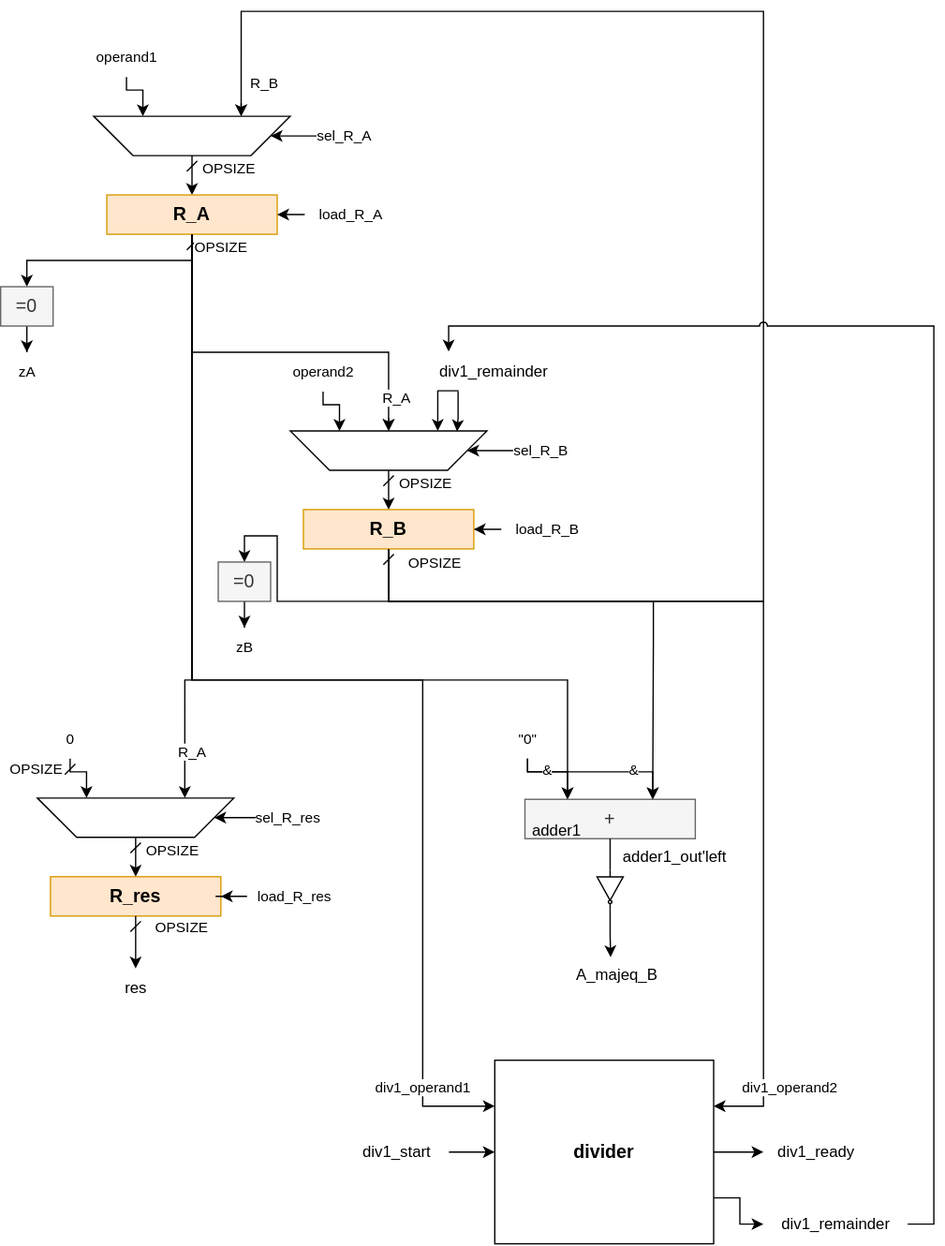
This is doc/images/ASM-mcd_dp.drawio.svg from DavidTrevisan/calcolatori_elettronici_2025, a draw.io export, as it was before one commit. Source tidied: cells renumbered, new cells last; positions are measured from the earlier drawing's top-left corner, leaving out a move shared by most shapes.
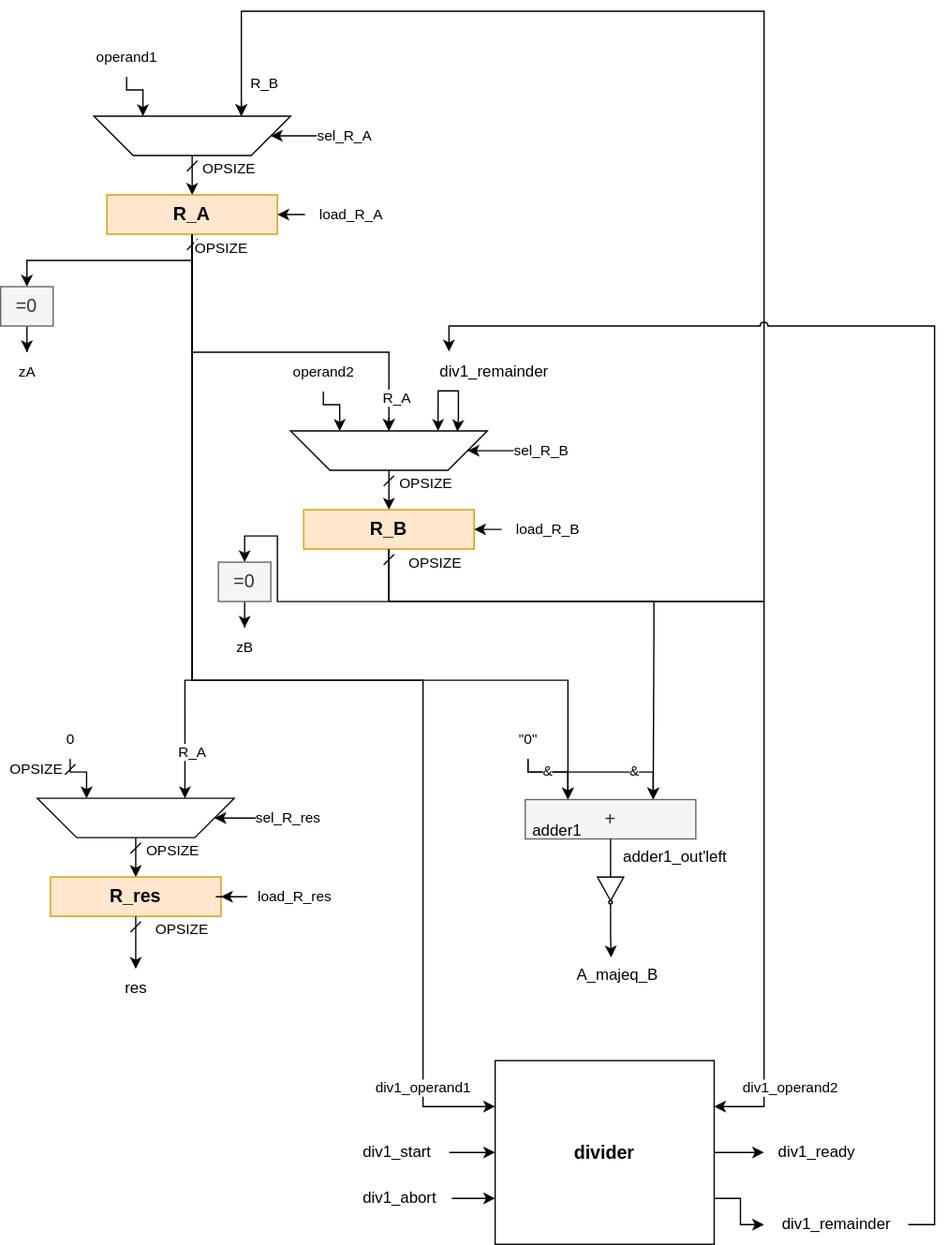
Later version of the same file.

The edit, as a diff of the source:
```diff
@@ -359,5 +359,11 @@
         </Array>
       </mxGeometry>
     </mxCell>
+    <mxCell id="84" style="edgeStyle=orthogonalEdgeStyle;rounded=0;jettySize=auto;html=1;entryX=0;entryY=0.75;entryDx=0;entryDy=0;" parent="1" edge="1" source="85" target="78">
+      <mxGeometry relative="1" as="geometry" />
+    </mxCell>
+    <mxCell id="85" value="div1_abort" style="text;html=1;align=center;verticalAlign=middle;points=[];strokeColor=none;fillColor=none;" parent="1" vertex="1">
+      <mxGeometry x="264" y="890" width="80" height="30" as="geometry" />
+    </mxCell>
   </root>
 </mxGraphModel>
```
